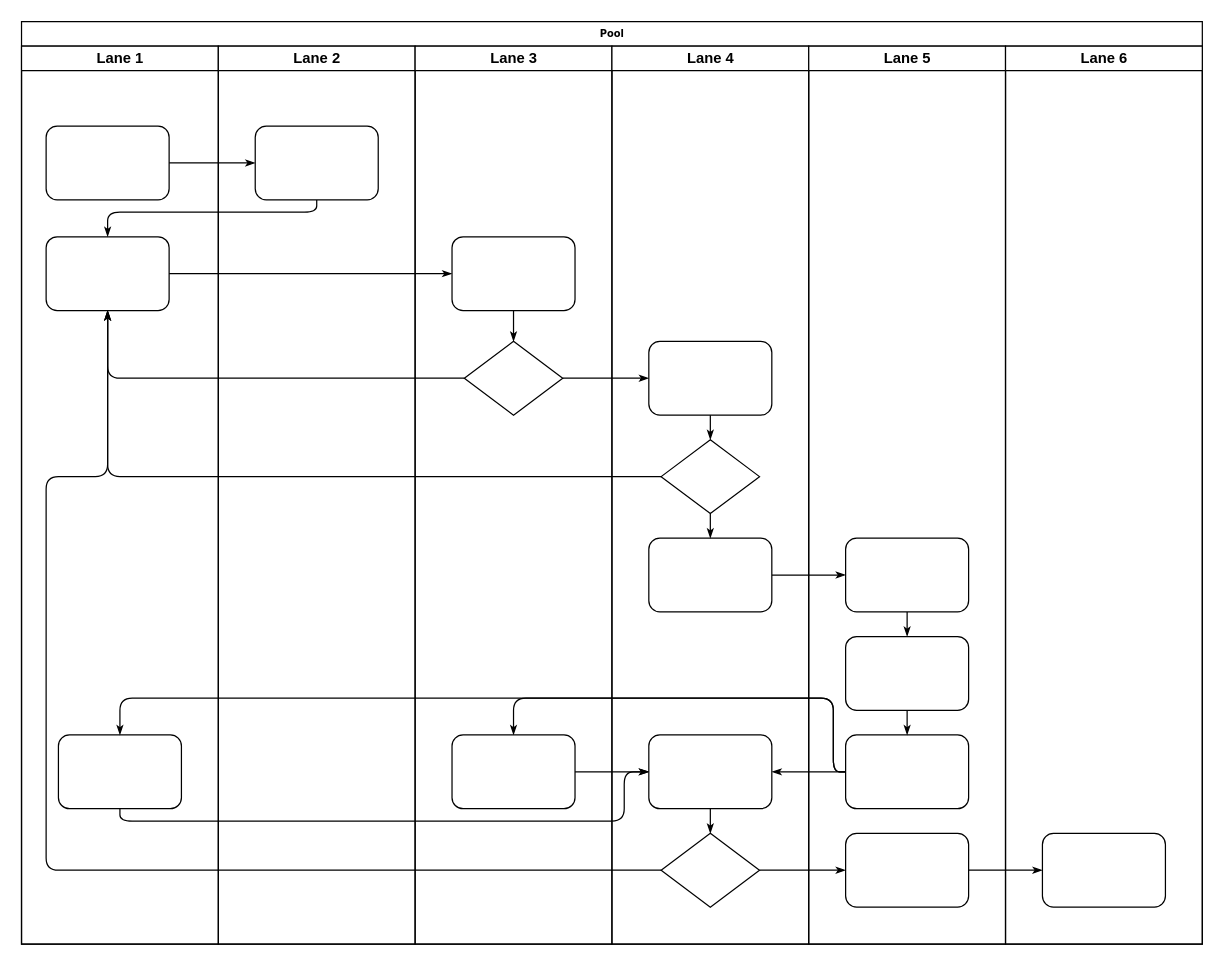
This is testf.drawio from 17621152239/draw.io.demo, a draw.io file, before an edit. Source tidied: cells renumbered, new cells numbered last; positions are measured from the earlier drawing's top-left corner, leaving out a move shared by most shapes. Both pictures are drawn from the tidied source at 123%, with x=0, y=0 at pixel (21, 21).
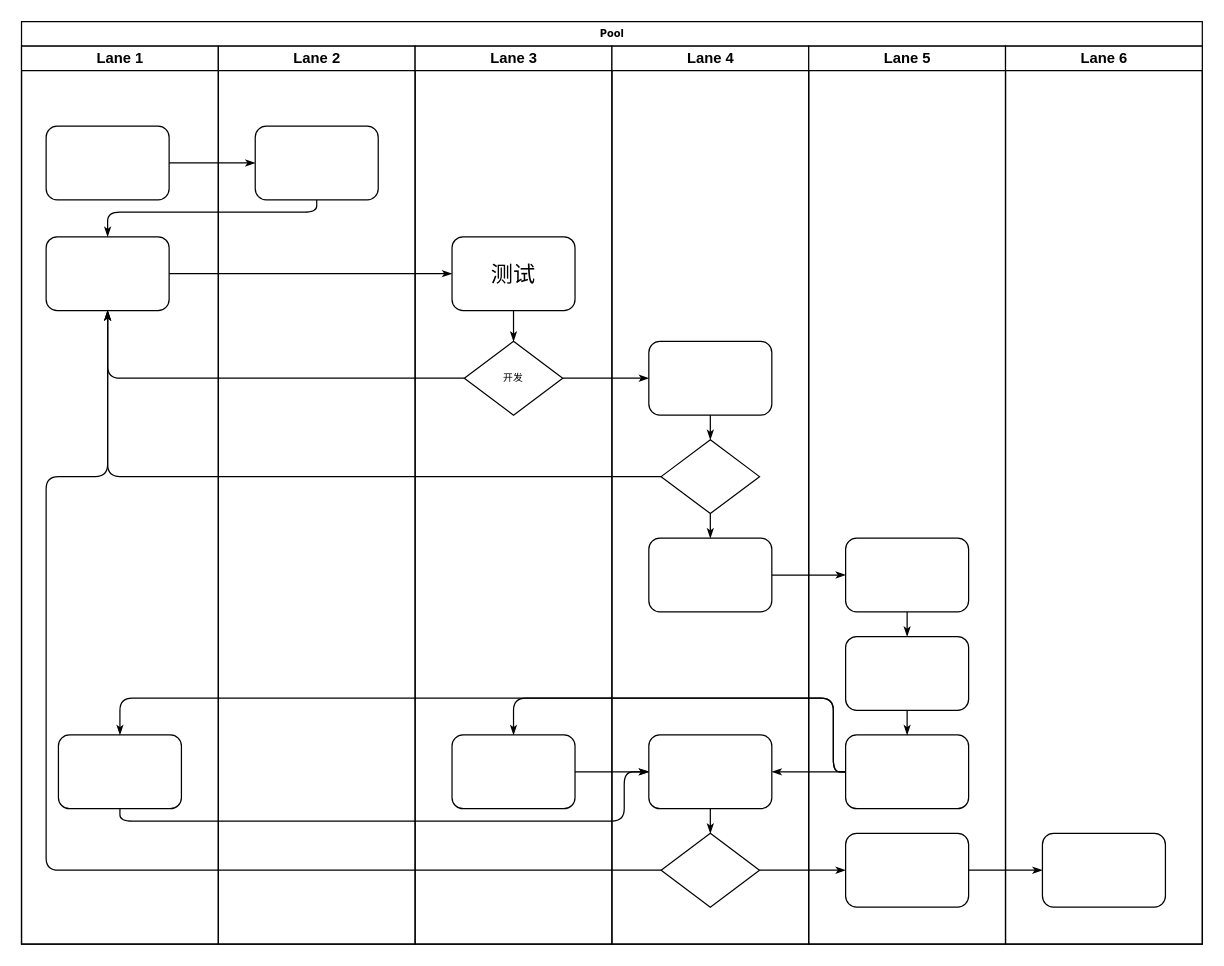
The same diagram, later.

The change refers to these unchanged cells:
```xml
<mxCell id="24" value="Lane 3" style="swimlane;html=1;startSize=20;" parent="2" vertex="1">
  <mxGeometry x="320" y="20" width="160" height="730" as="geometry" />
</mxCell>
```

Change to the diagram source:
```diff
@@
-    <mxCell id="25" style="rounded=1;whiteSpace=wrap;html=1;shadow=0;labelBackgroundColor=none;strokeWidth=1;fontFamily=Verdana;fontSize=8;align=center;" parent="24" vertex="1">
+    <mxCell id="25" value="测试" style="rounded=1;whiteSpace=wrap;html=1;shadow=0;labelBackgroundColor=none;strokeWidth=1;fontFamily=Verdana;fontSize=18;align=center;" parent="24" vertex="1">
       <mxGeometry x="30" y="155" width="100" height="60" as="geometry" />
     </mxCell>
-    <mxCell id="26" style="rhombus;whiteSpace=wrap;html=1;rounded=0;shadow=0;labelBackgroundColor=none;strokeWidth=1;fontFamily=Verdana;fontSize=8;align=center;" parent="24" vertex="1">
+    <mxCell id="26" value="开发" style="rhombus;whiteSpace=wrap;html=1;rounded=0;shadow=0;labelBackgroundColor=none;strokeWidth=1;fontFamily=Verdana;fontSize=8;align=center;" parent="24" vertex="1">
       <mxGeometry x="40" y="240" width="80" height="60" as="geometry" />
     </mxCell>
```
